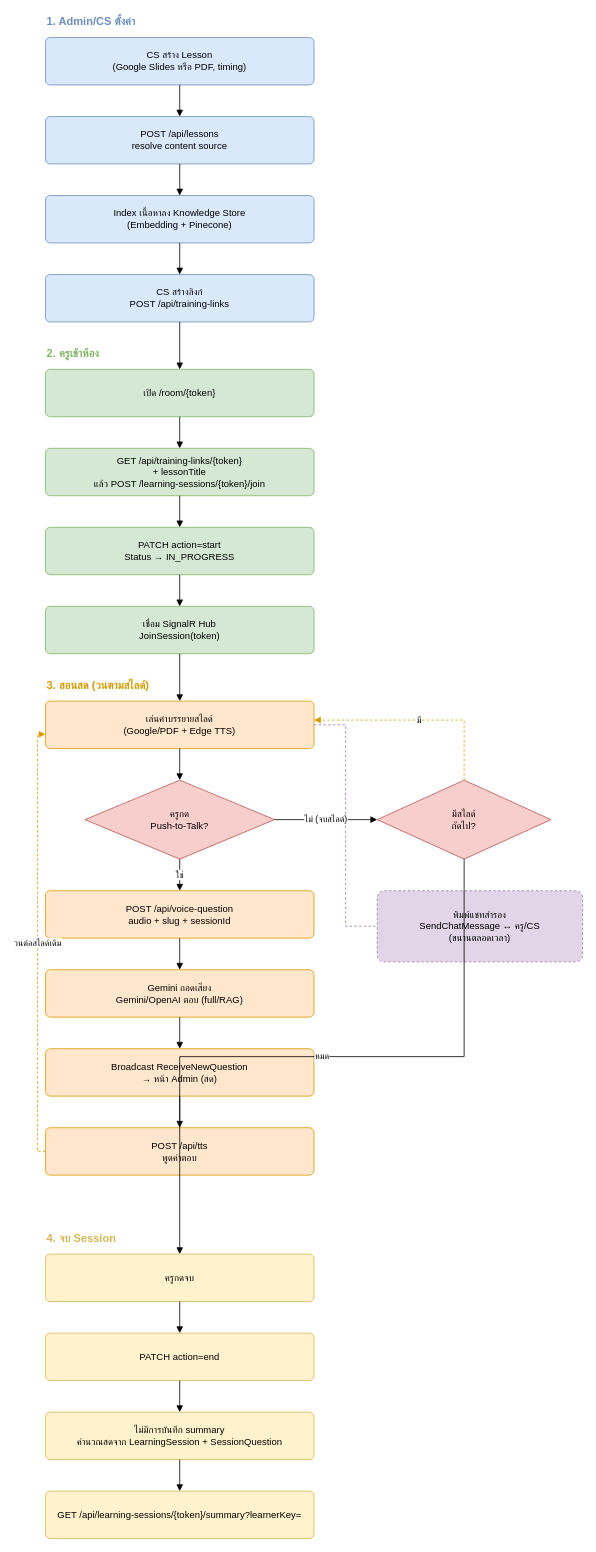
Sathaporn24/sb_supportroom keeps this draw.io diagram as backend/docs/WORKFLOW.drawio. Above is the earlier version. Source tidied: cells renumbered, new cells numbered last; positions are measured from the earlier drawing's top-left corner, leaving out a move shared by most shapes. Both pictures are drawn from the tidied source at 79%, with x=0, y=0 at pixel (45, 13).
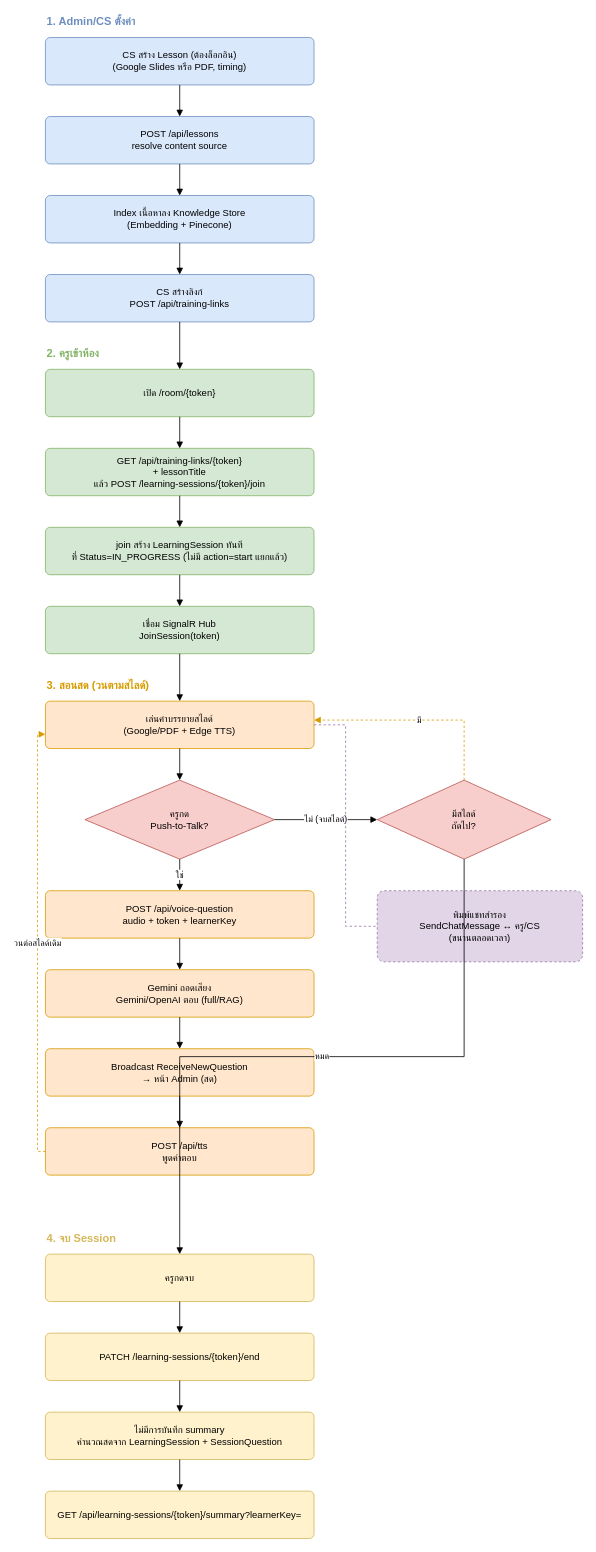
The same page after the edit.

Commit message (it also covers changes not shown here):
docs: ตาม schema.dbml ให้ครบ — DB doc อีก 3 ไฟล์ก็ตกหล่น TD-013/TD-014 เหมือนกัน

Change to the diagram source:
```diff
@@
-    <mxCell id="6" value="CS สร้าง Lesson&#10;(Google Slides หรือ PDF, timing)" style="rounded=1;whiteSpace=wrap;html=1;fillColor=#dae8fc;strokeColor=#6c8ebf;fontSize=12;arcSize=10;" parent="1" vertex="1">
+    <mxCell id="6" value="CS สร้าง Lesson (ต้องล็อกอิน)&#10;(Google Slides หรือ PDF, timing)" style="rounded=1;whiteSpace=wrap;html=1;fillColor=#dae8fc;strokeColor=#6c8ebf;fontSize=12;arcSize=10;" parent="1" vertex="1">
       <mxGeometry y="30" width="340" height="60" as="geometry" />
     </mxCell>
@@
-    <mxCell id="12" value="PATCH action=start&#10;Status → IN_PROGRESS" style="rounded=1;whiteSpace=wrap;html=1;fillColor=#d5e8d4;strokeColor=#82b366;fontSize=12;arcSize=10;" parent="1" vertex="1">
+    <mxCell id="12" value="join สร้าง LearningSession ทันที&#10;ที่ Status=IN_PROGRESS (ไม่มี action=start แยกแล้ว)" style="rounded=1;whiteSpace=wrap;html=1;fillColor=#d5e8d4;strokeColor=#82b366;fontSize=12;arcSize=10;" parent="1" vertex="1">
       <mxGeometry y="650" width="340" height="60" as="geometry" />
     </mxCell>
@@
-    <mxCell id="16" value="POST /api/voice-question&#10;audio + slug + sessionId" style="rounded=1;whiteSpace=wrap;html=1;fillColor=#ffe6cc;strokeColor=#d79b00;fontSize=12;arcSize=10;" parent="1" vertex="1">
+    <mxCell id="16" value="POST /api/voice-question&#10;audio + token + learnerKey" style="rounded=1;whiteSpace=wrap;html=1;fillColor=#ffe6cc;strokeColor=#d79b00;fontSize=12;arcSize=10;" parent="1" vertex="1">
       <mxGeometry y="1110" width="340" height="60" as="geometry" />
     </mxCell>
@@
-    <mxCell id="23" value="PATCH action=end" style="rounded=1;whiteSpace=wrap;html=1;fillColor=#fff2cc;strokeColor=#d6b656;fontSize=12;arcSize=10;" parent="1" vertex="1">
+    <mxCell id="23" value="PATCH /learning-sessions/{token}/end" style="rounded=1;whiteSpace=wrap;html=1;fillColor=#fff2cc;strokeColor=#d6b656;fontSize=12;arcSize=10;" parent="1" vertex="1">
       <mxGeometry y="1670" width="340" height="60" as="geometry" />
     </mxCell>
```
